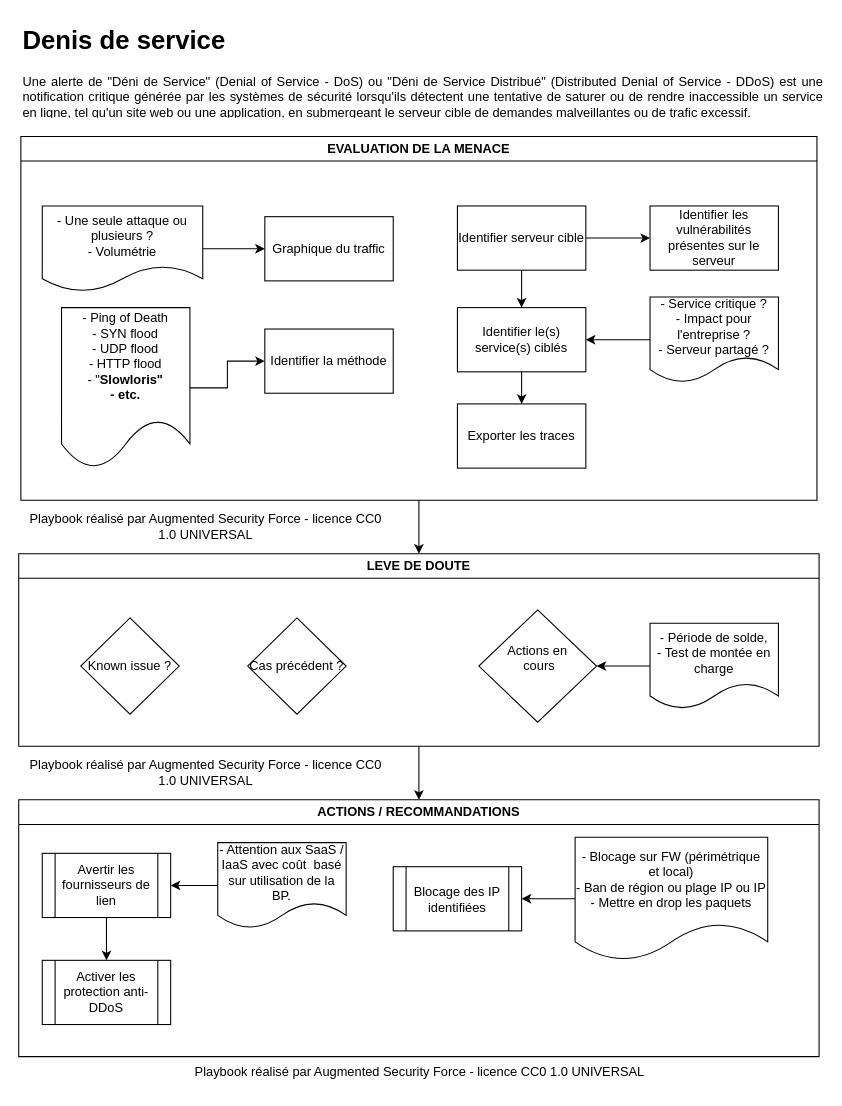
Above: FR/drawio/FR_Denis_de_Service.drawio in AugmentedSecurityForce/IR_Playbook (draw.io), before the change. Source tidied: cells renumbered, new cells numbered last; positions are measured from the earlier drawing's top-left corner, leaving out a move shared by most shapes. Both pictures are drawn from the tidied source at 107%, with x=0, y=0 at pixel (18, 18).
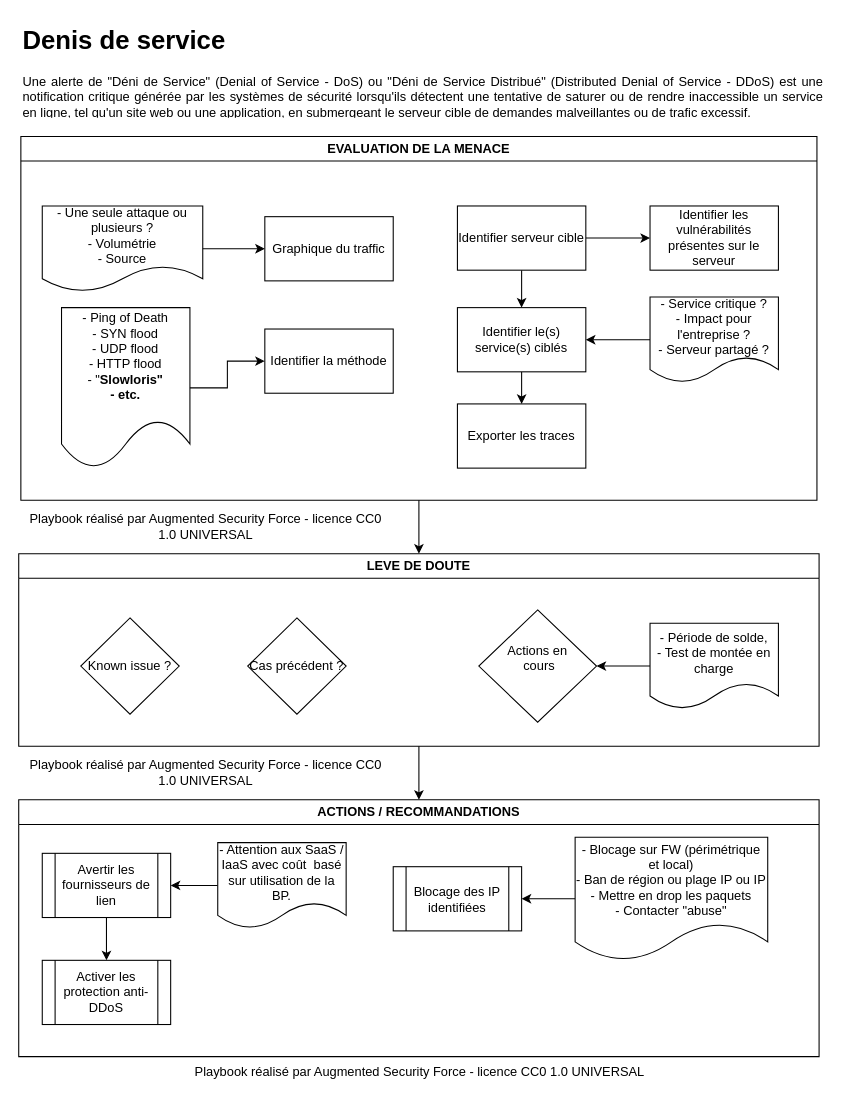
Above is the later version.

Unchanged cells that the change refers to:
```xml
<mxCell id="3" value="EVALUATION DE LA MENACE" style="swimlane;whiteSpace=wrap;html=1;" parent="1" vertex="1">
  <mxGeometry x="2" y="110" width="744" height="340" as="geometry" />
</mxCell>
<mxCell id="26" value="ACTIONS / RECOMMANDATIONS" style="swimlane;whiteSpace=wrap;html=1;" parent="1" vertex="1">
  <mxGeometry y="730" width="748" height="240" as="geometry" />
</mxCell>
```

Change to the diagram source:
```diff
@@
-    <mxCell id="4" value="- Une seule attaque ou plusieurs ?&lt;br&gt;- Volumétrie" style="shape=document;whiteSpace=wrap;html=1;boundedLbl=1;" parent="3" vertex="1">
+    <mxCell id="4" value="- Une seule attaque ou plusieurs ?&lt;br&gt;- Volumétrie&lt;br&gt;- Source" style="shape=document;whiteSpace=wrap;html=1;boundedLbl=1;" parent="3" vertex="1">
       <mxGeometry x="20" y="65" width="150" height="80" as="geometry" />
     </mxCell>
@@
-    <mxCell id="34" value="- Blocage sur FW (périmétrique et local)&lt;br&gt;- Ban de région ou plage IP ou IP&lt;br&gt;- Mettre en drop les paquets" style="shape=document;whiteSpace=wrap;html=1;boundedLbl=1;" parent="26" vertex="1">
+    <mxCell id="34" value="- Blocage sur FW (périmétrique et local)&lt;br&gt;- Ban de région ou plage IP ou IP&lt;br&gt;- Mettre en drop les paquets&lt;br&gt;- Contacter &quot;abuse&quot;" style="shape=document;whiteSpace=wrap;html=1;boundedLbl=1;" parent="26" vertex="1">
       <mxGeometry x="520" y="35" width="180" height="115" as="geometry" />
     </mxCell>
```
